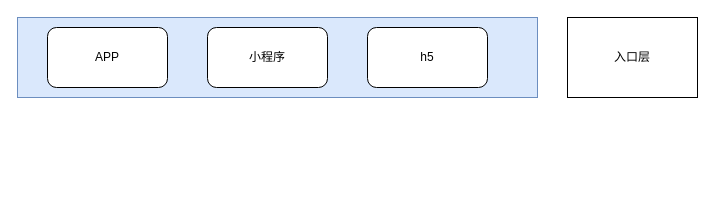
Earlier version of the draw.io diagram miyuan/商品列表.drawio (smallleaf/draw.io). Source tidied: cells renumbered, new cells numbered last; positions are measured from the earlier drawing's top-left corner, leaving out a move shared by most shapes. Both pictures are drawn from the tidied source at 100%, with x=0, y=0 at pixel (17, 17).
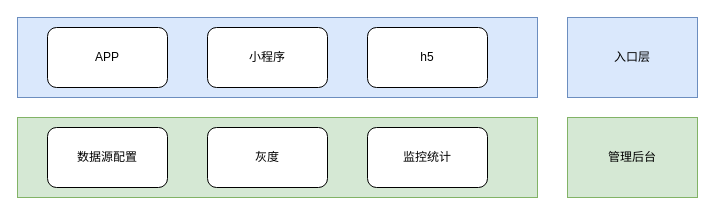
After the change.

Commit message (it also covers changes not shown here):
更新商品列表.drawio

What changed in the source:
```diff
@@
 <mxGraphModel>
   <root>
     <mxCell id="0" />
     <mxCell id="1" parent="0" />
     <mxCell id="2" style="rounded=0;whiteSpace=wrap;html=1;fillColor=#dae8fc;strokeColor=#6c8ebf;" parent="1" vertex="1">
       <mxGeometry width="520" height="80" as="geometry" />
     </mxCell>
-    <mxCell id="3" value="入口层" style="rounded=0;whiteSpace=wrap;html=1;" parent="1" vertex="1">
+    <mxCell id="3" value="入口层" style="rounded=0;whiteSpace=wrap;html=1;fillColor=#dae8fc;strokeColor=#6c8ebf;" parent="1" vertex="1">
       <mxGeometry x="550" width="130" height="80" as="geometry" />
     </mxCell>
     <mxCell id="4" value="APP" style="rounded=1;whiteSpace=wrap;html=1;" parent="1" vertex="1">
       <mxGeometry x="30" y="10" width="120" height="60" as="geometry" />
     </mxCell>
     <mxCell id="5" value="小程序" style="rounded=1;whiteSpace=wrap;html=1;" parent="1" vertex="1">
       <mxGeometry x="190" y="10" width="120" height="60" as="geometry" />
     </mxCell>
     <mxCell id="6" value="h5" style="rounded=1;whiteSpace=wrap;html=1;" parent="1" vertex="1">
       <mxGeometry x="350" y="10" width="120" height="60" as="geometry" />
     </mxCell>
+    <mxCell id="7" style="rounded=0;whiteSpace=wrap;html=1;fillColor=#d5e8d4;strokeColor=#82b366;" parent="1" vertex="1">
+      <mxGeometry y="100" width="520" height="80" as="geometry" />
+    </mxCell>
+    <mxCell id="8" value="管理后台" style="rounded=0;whiteSpace=wrap;html=1;fillColor=#d5e8d4;strokeColor=#82b366;" parent="1" vertex="1">
+      <mxGeometry x="550" y="100" width="130" height="80" as="geometry" />
+    </mxCell>
+    <mxCell id="9" value="数据源配置" style="rounded=1;whiteSpace=wrap;html=1;" parent="1" vertex="1">
+      <mxGeometry x="30" y="110" width="120" height="60" as="geometry" />
+    </mxCell>
+    <mxCell id="10" value="灰度" style="rounded=1;whiteSpace=wrap;html=1;" parent="1" vertex="1">
+      <mxGeometry x="190" y="110" width="120" height="60" as="geometry" />
+    </mxCell>
+    <mxCell id="11" value="监控统计" style="rounded=1;whiteSpace=wrap;html=1;" parent="1" vertex="1">
+      <mxGeometry x="350" y="110" width="120" height="60" as="geometry" />
+    </mxCell>
   </root>
 </mxGraphModel>
```
